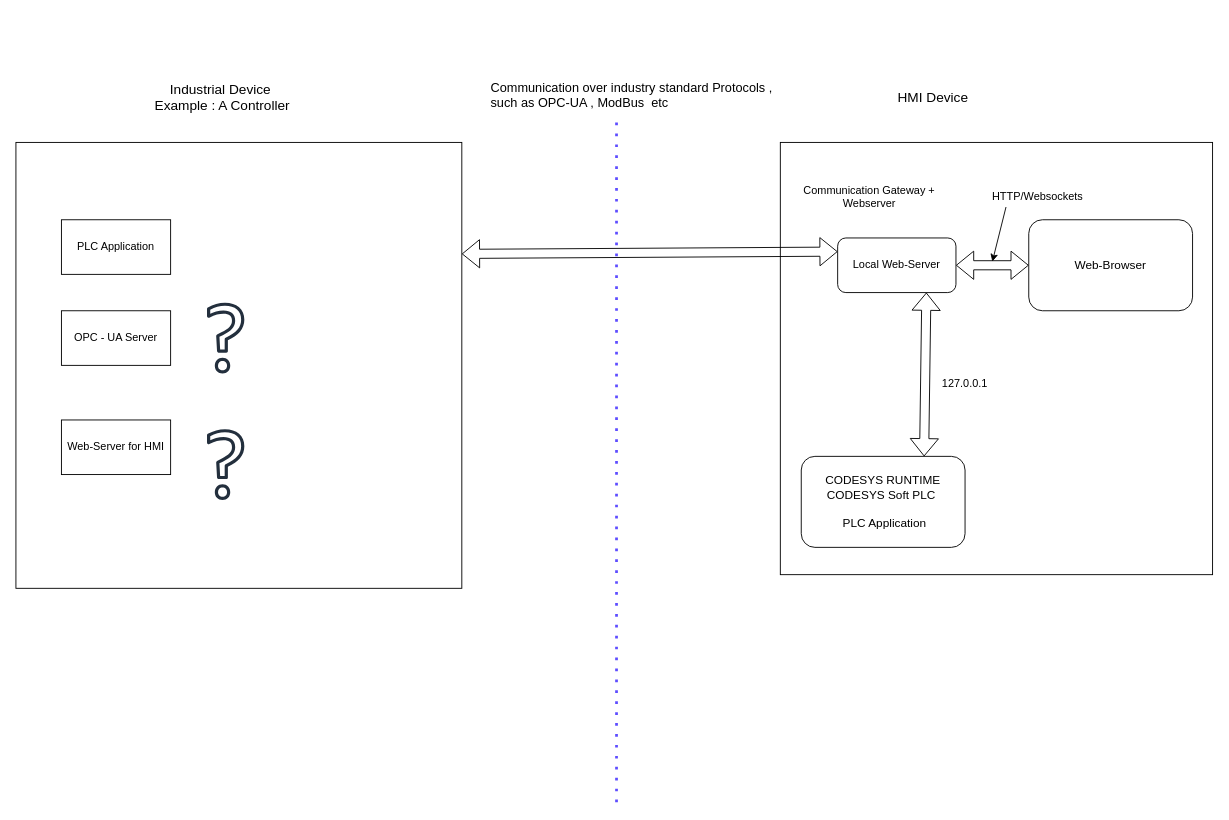
praful-hunde/Diagrams keeps this draw.io diagram as HMI Exor.drawio. Above is the earlier version. Source tidied: cells renumbered, new cells numbered last; positions are measured from the earlier drawing's top-left corner, leaving out a move shared by most shapes. Both pictures are drawn from the tidied source at 91%, with x=0, y=0 at pixel (15, 74).
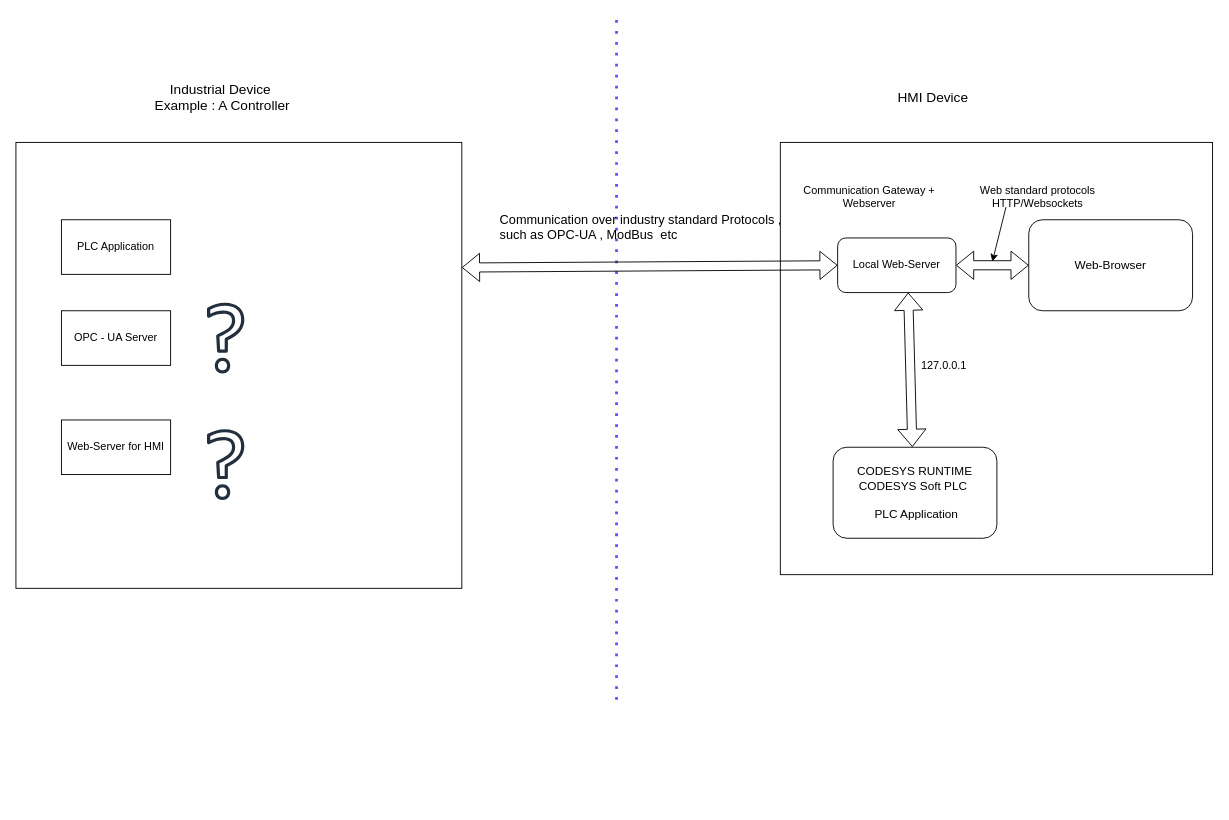
The same page after the edit.

The change refers to these unchanged cells:
```xml
<mxCell id="5" style="whiteSpace=wrap;html=1;" parent="1" vertex="1">
  <mxGeometry y="75" width="490" height="490" as="geometry" />
</mxCell>
<mxCell id="12" value="Local Web-Server" style="rounded=1;whiteSpace=wrap;html=1;" parent="1" vertex="1">
  <mxGeometry x="903" y="180" width="130" height="60" as="geometry" />
</mxCell>
```

Diff of the diagram source:
```diff
@@
     <mxCell id="2" style="endArrow=none;dashed=1;html=1;dashPattern=1 3;strokeWidth=3;rounded=0;curved=1;strokeColor=#5E4DFF;startSize=0;endSize=18;" parent="1" edge="1">
       <mxGeometry relative="1" as="geometry">
-        <mxPoint x="660" y="800" as="sourcePoint" />
-        <mxPoint x="660" y="50" as="targetPoint" />
+        <mxPoint x="660" y="687.5" as="sourcePoint" />
+        <mxPoint x="660" y="-62.5" as="targetPoint" />
       </mxGeometry>
     </mxCell>
@@
-    <mxCell id="7" style="shape=flexArrow;endArrow=classic;startArrow=classic;html=1;rounded=0;exitX=1;exitY=0.25;exitDx=0;exitDy=0;entryX=0;entryY=0.25;entryDx=0;entryDy=0;" parent="1" edge="1" source="5" target="12">
-      <mxGeometry relative="1" as="geometry" />
+    <mxCell id="7" style="shape=flexArrow;endArrow=classic;startArrow=classic;html=1;rounded=0;exitX=1;exitY=0.25;exitDx=0;exitDy=0;entryX=0;entryY=0.25;entryDx=0;entryDy=0;" parent="1" edge="1">
+      <mxGeometry relative="1" as="geometry">
+        <mxPoint x="490" y="212.5" as="sourcePoint" />
+        <mxPoint x="903" y="210" as="targetPoint" />
+      </mxGeometry>
     </mxCell>
     <mxCell id="8" value="Communication over industry standard Protocols , such as OPC-UA , ModBus&amp;nbsp; etc" style="text;html=1;align=left;verticalAlign=top;whiteSpace=wrap;rounded=0;fontSize=14;" parent="1" vertex="1">
-      <mxGeometry x="520" width="320" height="70" as="geometry" />
+      <mxGeometry x="530" y="145" width="320" height="50" as="geometry" />
     </mxCell>
@@
     <mxCell id="14" value="CODESYS RUNTIME CODESYS Soft PLC&amp;nbsp;&lt;div&gt;&lt;br&gt;&lt;div&gt;&amp;nbsp;PLC Application&lt;/div&gt;&lt;/div&gt;" style="rounded=1;whiteSpace=wrap;html=1;fontSize=13;" parent="1" vertex="1">
-      <mxGeometry x="863" y="420" width="180" height="100" as="geometry" />
+      <mxGeometry x="898" y="410" width="180" height="100" as="geometry" />
     </mxCell>
@@
-    <mxCell id="18" style="shape=flexArrow;endArrow=classic;startArrow=classic;html=1;rounded=0;entryX=0.75;entryY=1;entryDx=0;entryDy=0;exitX=0.75;exitY=0;exitDx=0;exitDy=0;" parent="1" edge="1" source="14" target="12">
-      <mxGeometry relative="1" as="geometry" />
+    <mxCell id="18" style="shape=flexArrow;endArrow=classic;startArrow=classic;html=1;rounded=0;entryX=0.75;entryY=1;entryDx=0;entryDy=0;exitX=0.567;exitY=-0.003;exitDx=0;exitDy=0;exitPerimeter=0;" parent="1" edge="1">
+      <mxGeometry relative="1" as="geometry">
+        <mxPoint x="985.1" y="409.7" as="sourcePoint" />
+        <mxPoint x="980.5" y="240" as="targetPoint" />
+      </mxGeometry>
     </mxCell>
-    <mxCell id="19" value="HTTP/Websockets" style="text;html=1;align=center;verticalAlign=middle;whiteSpace=wrap;rounded=0;" parent="1" vertex="1">
+    <mxCell id="19" value="Web standard protocols HTTP/Websockets" style="text;html=1;align=center;verticalAlign=middle;whiteSpace=wrap;rounded=0;" parent="1" vertex="1">
       <mxGeometry x="1053" y="120" width="140" height="30" as="geometry" />
     </mxCell>
@@
     <mxCell id="22" value="127.0.0.1" style="text;html=1;align=center;verticalAlign=middle;whiteSpace=wrap;rounded=0;" parent="1" vertex="1">
-      <mxGeometry x="1003" y="325" width="80" height="30" as="geometry" />
+      <mxGeometry x="980" y="305" width="80" height="30" as="geometry" />
     </mxCell>
```
